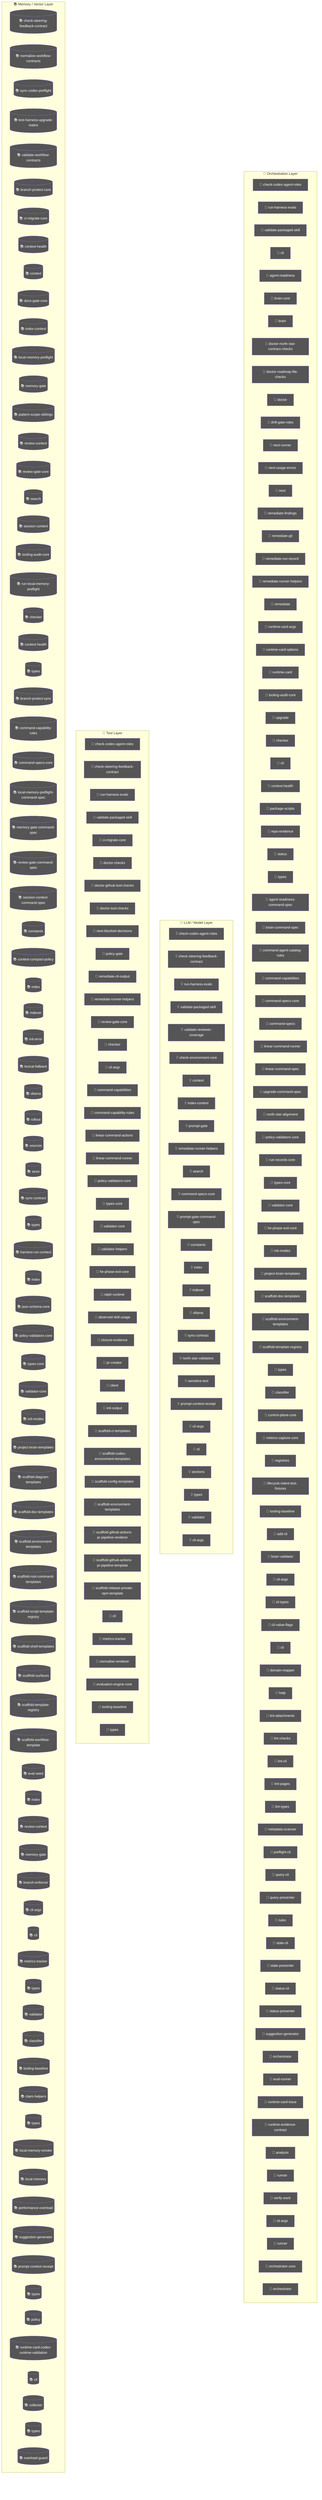
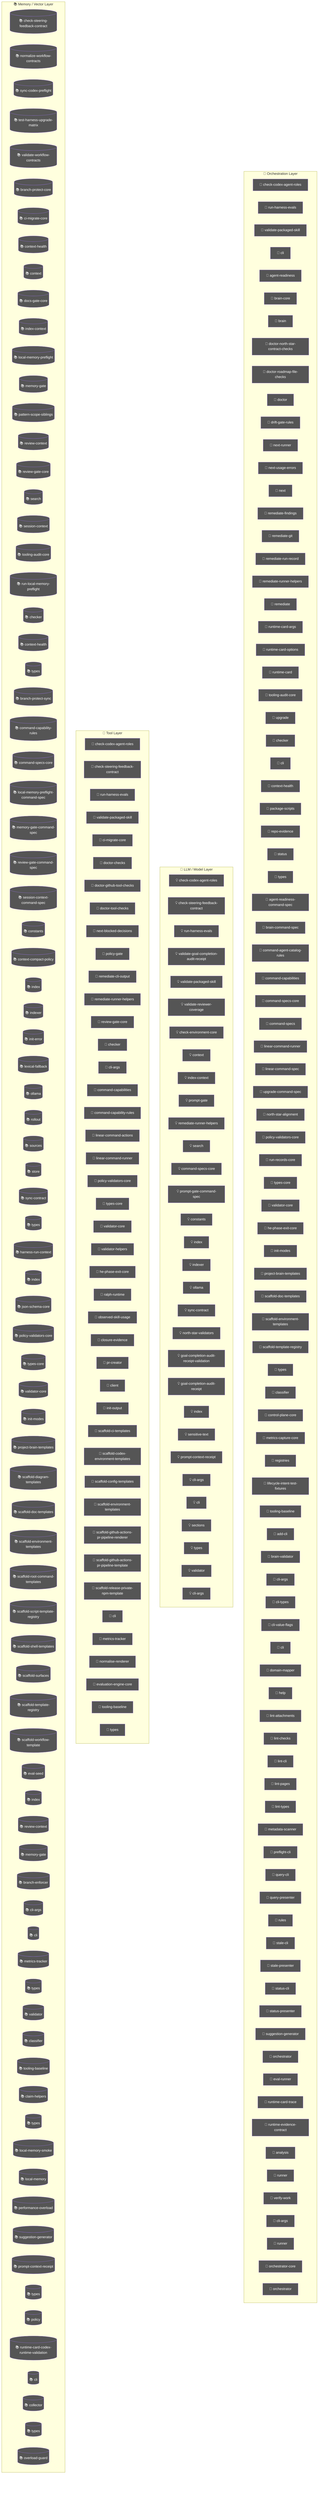
flowchart TD
  subgraph Orchestration["🎯 Orchestration Layer"]
    node_agent_mmd_orchestration_layer_orchestration_chec_7a9f0b64["🤖 check-codex-agent-roles"]
    node_agent_mmd_orchestration_layer_orchestration_run__18817957["🤖 run-harness-evals"]
    node_agent_mmd_orchestration_layer_orchestration_vali_c01b04be["🤖 validate-packaged-skill"]
    cli_99bb8840["🤖 cli"]
    agent_readiness_c82c68e6["🤖 agent-readiness"]
    brain_core_aa07c380["🤖 brain-core"]
    brain_bbbf7a64["🤖 brain"]
    doctor_north_star_contract_checks_0048124c["🤖 doctor-north-star-contract-checks"]
    doctor_roadmap_file_checks_14447b8e["🤖 doctor-roadmap-file-checks"]
    doctor_72f4be89["🤖 doctor"]
    drift_gate_rules_9685e72d["🤖 drift-gate-rules"]
    next_runner_41643472["🤖 next-runner"]
    next_usage_errors_837a345a["🤖 next-usage-errors"]
    next_c6c1c9a9["🤖 next"]
    remediate_findings_8b09c8c6["🤖 remediate-findings"]
    remediate_git_58c6f6f4["🤖 remediate-git"]
    remediate_run_record_9dfe5dc1["🤖 remediate-run-record"]
    node_agent_mmd_orchestration_layer_orchestration_reme_359fe98f["🤖 remediate-runner-helpers"]
    remediate_06b9c7fc["🤖 remediate"]
    runtime_card_args_2b3d4b28["🤖 runtime-card-args"]
    runtime_card_options_c9156ad5["🤖 runtime-card-options"]
    runtime_card_e06b53e1["🤖 runtime-card"]
    node_agent_mmd_orchestration_layer_orchestration_tool_acfe0c01["🤖 tooling-audit-core"]
    upgrade_7fef9479["🤖 upgrade"]
    node_agent_mmd_orchestration_layer_orchestration_chec_0550c395["🤖 checker"]
    cli_1_084e05fe["🤖 cli"]
    node_agent_mmd_orchestration_layer_orchestration_cont_61b3b9c9["🤖 context-health"]
    package_scripts_3ee6150f["🤖 package-scripts"]
    repo_evidence_38bb1de5["🤖 repo-evidence"]
    status_073c1634["🤖 status"]
    node_agent_mmd_orchestration_layer_orchestration_type_4f906dcc["🤖 types"]
    agent_readiness_command_spec_a30c2c1e["🤖 agent-readiness-command-spec"]
    brain_command_spec_15b122d5["🤖 brain-command-spec"]
    command_agent_catalog_rules_8e06b2af["🤖 command-agent-catalog-rules"]
    node_agent_mmd_orchestration_layer_orchestration_comm_6e41a7f7["🤖 command-capabilities"]
    node_agent_mmd_orchestration_layer_orchestration_comm_1f8cc24c["🤖 command-specs-core"]
    command_specs_69167c63["🤖 command-specs"]
    node_agent_mmd_orchestration_layer_orchestration_line_b67affd5["🤖 linear-command-runner"]
    linear_command_spec_1e12dd44["🤖 linear-command-spec"]
    upgrade_command_spec_03f6c7bd["🤖 upgrade-command-spec"]
    north_star_alignment_00440188["🤖 north-star-alignment"]
    node_agent_mmd_orchestration_layer_orchestration_poli_3270b55d["🤖 policy-validators-core"]
    run_records_core_89286dfa["🤖 run-records-core"]
    node_agent_mmd_orchestration_layer_orchestration_type_7cf81261["🤖 types-core"]
    node_agent_mmd_orchestration_layer_orchestration_vali_d9fe99e6["🤖 validator-core"]
    node_agent_mmd_orchestration_layer_orchestration_he_p_fc778c24["🤖 he-phase-exit-core"]
    node_agent_mmd_orchestration_layer_orchestration_init_2a9c3ecb["🤖 init-modes"]
    node_agent_mmd_orchestration_layer_orchestration_proj_6ab6f60f["🤖 project-brain-templates"]
    node_agent_mmd_orchestration_layer_orchestration_scaf_12cc07db["🤖 scaffold-doc-templates"]
    node_agent_mmd_orchestration_layer_orchestration_scaf_c9a90c2f["🤖 scaffold-environment-templates"]
    node_agent_mmd_orchestration_layer_orchestration_scaf_ff8f92f6["🤖 scaffold-template-registry"]
    types_13_d025517b["🤖 types"]
    node_agent_mmd_orchestration_layer_orchestration_clas_899b821a["🤖 classifier"]
    control_plane_core_db3b4cb2["🤖 control-plane-core"]
    metrics_capture_core_db4bf7cf["🤖 metrics-capture-core"]
    registries_06402afa["🤖 registries"]
    lifecycle_intent_test_fixtures_a53c7ada["🤖 lifecycle-intent-test-fixtures"]
    node_agent_mmd_orchestration_layer_orchestration_tool_cc43149f["🤖 tooling-baseline"]
    add_cli_7614de25["🤖 add-cli"]
    brain_validator_be251832["🤖 brain-validator"]
    cli_args_8_d546936e["🤖 cli-args"]
    cli_types_1686e858["🤖 cli-types"]
    cli_value_flags_732a8e43["🤖 cli-value-flags"]
    cli_9_b54c1407["🤖 cli"]
    domain_mapper_cd9333d2["🤖 domain-mapper"]
    help_106a5842["🤖 help"]
    lint_attachments_873c0632["🤖 lint-attachments"]
    lint_checks_83522b19["🤖 lint-checks"]
    lint_cli_9ec62ec0["🤖 lint-cli"]
    lint_pages_e33301d0["🤖 lint-pages"]
    lint_types_2862c255["🤖 lint-types"]
    metadata_scanner_6a101b66["🤖 metadata-scanner"]
    preflight_cli_5d148379["🤖 preflight-cli"]
    query_cli_b95be64d["🤖 query-cli"]
    query_presenter_02e6077c["🤖 query-presenter"]
    rules_6c621d1a["🤖 rules"]
    stale_cli_64548720["🤖 stale-cli"]
    stale_presenter_1de4e3a2["🤖 stale-presenter"]
    status_cli_4c24a0d6["🤖 status-cli"]
    status_presenter_8de686c1["🤖 status-presenter"]
    node_agent_mmd_orchestration_layer_orchestration_sugg_85c5ebe3["🤖 suggestion-generator"]
    orchestrator_11376b7e["🤖 orchestrator"]
    eval_runner_0966a6b3["🤖 eval-runner"]
    runtime_card_trace_64a5ca95["🤖 runtime-card-trace"]
    runtime_evidence_contract_0f7b15b2["🤖 runtime-evidence-contract"]
    analysis_f44e85c4["🤖 analysis"]
    runner_527aa9f4["🤖 runner"]
    verify_work_1_cd8e7ec3["🤖 verify-work"]
    cli_args_14_3481043e["🤖 cli-args"]
    runner_1_6f281bf8["🤖 runner"]
    orchestrator_core_d0678b53["🤖 orchestrator-core"]
    orchestrator_1_6b7137c5["🤖 orchestrator"]
  end
  subgraph LLMLayer["🧠 LLM / Model Layer"]
    node_agent_mmd_llm_model_layer_llmlayer_check_codex_a_29e7b7fa["💡 check-codex-agent-roles"]
    node_agent_mmd_llm_model_layer_llmlayer_check_steerin_a7dbbd2f["💡 check-steering-feedback-contract"]
    node_agent_mmd_llm_model_layer_llmlayer_run_harness_e_603fcfdc["💡 run-harness-evals"]
+     validate_goal_completion_audit_receipt_100d252c["💡 validate-goal-completion-audit-receipt"]
    node_agent_mmd_llm_model_layer_llmlayer_validate_pack_2a12e1f4["💡 validate-packaged-skill"]
    validate_reviewer_coverage_251efee3["💡 validate-reviewer-coverage"]
    check_environment_core_2c16213f["💡 check-environment-core"]
    node_agent_mmd_llm_model_layer_llmlayer_context_conte_ad2dfbd9["💡 context"]
    node_agent_mmd_llm_model_layer_llmlayer_index_context_1041bd11["💡 index-context"]
    prompt_gate_c5e9d207["💡 prompt-gate"]
    node_agent_mmd_llm_model_layer_llmlayer_remediate_run_9e3d4585["💡 remediate-runner-helpers"]
    node_agent_mmd_llm_model_layer_llmlayer_search_search_66b9a911["💡 search"]
    node_agent_mmd_llm_model_layer_llmlayer_command_specs_782af9fa["💡 command-specs-core"]
    prompt_gate_command_spec_9a941482["💡 prompt-gate-command-spec"]
    node_agent_mmd_llm_model_layer_llmlayer_constants_con_c9bd3f6c["💡 constants"]
    node_agent_mmd_llm_model_layer_llmlayer_index_index_1_02e160ff["💡 index"]
    node_agent_mmd_llm_model_layer_llmlayer_indexer_index_4f4deef5["💡 indexer"]
    node_agent_mmd_llm_model_layer_llmlayer_ollama_ollama_968b23fa["💡 ollama"]
    node_agent_mmd_llm_model_layer_llmlayer_sync_contract_9f3cc8c1["💡 sync-contract"]
    north_star_validators_cfc926ce["💡 north-star-validators"]
+     goal_completion_audit_receipt_validation_9d0f4891["💡 goal-completion-audit-receipt-validation"]
+     goal_completion_audit_receipt_5e4939c3["💡 goal-completion-audit-receipt"]
+     index_2_10143590["💡 index"]
    sensitive_text_7c11f760["💡 sensitive-text"]
    node_agent_mmd_llm_model_layer_llmlayer_index_index_1_02e160ff["💡 index"]
    node_agent_mmd_llm_model_layer_llmlayer_prompt_contex_6426acc2["💡 prompt-context-receipt"]
    cli_args_9_9c136878["💡 cli-args"]
    cli_10_35dc8cbd["💡 cli"]
    sections_4697ef32["💡 sections"]
    types_23_4352ee2e["💡 types"]
    validator_6_3688adbf["💡 validator"]
    cli_args_10_861cdd3f["💡 cli-args"]
  end
  subgraph ToolLayer["🔧 Tool Layer"]
    node_agent_mmd_tool_layer_toollayer_check_codex_agent_4b361d5a["🔧 check-codex-agent-roles"]
    node_agent_mmd_tool_layer_toollayer_check_steering_fe_84ed22c2["🔧 check-steering-feedback-contract"]
    node_agent_mmd_tool_layer_toollayer_run_harness_evals_e2ee24f1["🔧 run-harness-evals"]
    node_agent_mmd_tool_layer_toollayer_validate_packaged_2855c827["🔧 validate-packaged-skill"]
    node_agent_mmd_tool_layer_toollayer_ci_migrate_core_c_049f8460["🔧 ci-migrate-core"]
    doctor_checks_5a2eb2b9["🔧 doctor-checks"]
    doctor_github_tool_checks_a53b0382["🔧 doctor-github-tool-checks"]
    doctor_tool_checks_4acac51a["🔧 doctor-tool-checks"]
    next_blocked_decisions_4140ad2b["🔧 next-blocked-decisions"]
    policy_gate_213f7313["🔧 policy-gate"]
    remediate_cli_output_cc165396["🔧 remediate-cli-output"]
    node_agent_mmd_tool_layer_toollayer_remediate_runner__c003b871["🔧 remediate-runner-helpers"]
    node_agent_mmd_tool_layer_toollayer_review_gate_core__7704598b["🔧 review-gate-core"]
    node_agent_mmd_tool_layer_toollayer_checker_checker_2_453d593b["🔧 checker"]
    cli_args_1_6144b055["🔧 cli-args"]
    node_agent_mmd_tool_layer_toollayer_command_capabilit_7fe13db1["🔧 command-capabilities"]
    node_agent_mmd_tool_layer_toollayer_command_capabilit_e97a4615["🔧 command-capability-rules"]
    linear_command_actions_e430f4f4["🔧 linear-command-actions"]
    node_agent_mmd_tool_layer_toollayer_linear_command_ru_d6763748["🔧 linear-command-runner"]
    node_agent_mmd_tool_layer_toollayer_policy_validators_af136abf["🔧 policy-validators-core"]
    node_agent_mmd_tool_layer_toollayer_types_core_types__6c8319b6["🔧 types-core"]
    node_agent_mmd_tool_layer_toollayer_validator_core_va_6ef6131f["🔧 validator-core"]
    validator_helpers_7b927667["🔧 validator-helpers"]
    node_agent_mmd_tool_layer_toollayer_he_phase_exit_cor_af016160["🔧 he-phase-exit-core"]
    ralph_runtime_73d63c0e["🔧 ralph-runtime"]
    observed_skill_usage_ed7d5930["🔧 observed-skill-usage"]
    closure_evidence_aaa31467["🔧 closure-evidence"]
    pr_creator_dc6b1ea4["🔧 pr-creator"]
    client_948fe603["🔧 client"]
    init_output_360dce91["🔧 init-output"]
    scaffold_ci_templates_2afd6392["🔧 scaffold-ci-templates"]
    scaffold_codex_environment_templates_334fbbed["🔧 scaffold-codex-environment-templates"]
    scaffold_config_templates_4b80ce53["🔧 scaffold-config-templates"]
    node_agent_mmd_tool_layer_toollayer_scaffold_environm_c1afc013["🔧 scaffold-environment-templates"]
    scaffold_github_actions_pr_pipeline_renderer_1ee18de5["🔧 scaffold-github-actions-pr-pipeline-renderer"]
    scaffold_github_actions_pr_pipeline_template_e2b85f62["🔧 scaffold-github-actions-pr-pipeline-template"]
    scaffold_release_private_npm_template_075499f8["🔧 scaffold-release-private-npm-template"]
    node_agent_mmd_tool_layer_toollayer_cli_cli_2_1_32d9eeaf["🔧 cli"]
    node_agent_mmd_tool_layer_toollayer_metrics_tracker_m_4c9237d8["🔧 metrics-tracker"]
    normalise_renderer_85f2e563["🔧 normalise-renderer"]
    evaluation_engine_core_e054fe49["🔧 evaluation-engine-core"]
    node_agent_mmd_tool_layer_toollayer_tooling_baseline__61e66e9f["🔧 tooling-baseline"]
    types_32_bfe791ff["🔧 types"]
  end
  subgraph MemoryLayer["📚 Memory / Vector Layer"]
    node_agent_mmd_memory_vector_layer_memorylayer_check__d71f8993[("📚 check-steering-feedback-contract")]
    normalize_workflow_contracts_8701f1c8[("📚 normalize-workflow-contracts")]
    sync_codex_preflight_7e7a8dc2[("📚 sync-codex-preflight")]
    test_harness_upgrade_matrix_84113c4e[("📚 test-harness-upgrade-matrix")]
    validate_workflow_contracts_33dc063c[("📚 validate-workflow-contracts")]
    branch_protect_core_a8feb0fd[("📚 branch-protect-core")]
    node_agent_mmd_memory_vector_layer_memorylayer_ci_mig_0cd5b1a4[("📚 ci-migrate-core")]
    context_health_80bb7da9[("📚 context-health")]
    node_agent_mmd_memory_vector_layer_memorylayer_contex_78ceaaa9[("📚 context")]
    docs_gate_core_eb9b6c18[("📚 docs-gate-core")]
    node_agent_mmd_memory_vector_layer_memorylayer_index__6f3402d0[("📚 index-context")]
    local_memory_preflight_dcc36c42[("📚 local-memory-preflight")]
    memory_gate_a577a506[("📚 memory-gate")]
    pattern_scope_siblings_43abe000[("📚 pattern-scope-siblings")]
    review_context_ca6cf81d[("📚 review-context")]
    node_agent_mmd_memory_vector_layer_memorylayer_review_5bee9816[("📚 review-gate-core")]
    node_agent_mmd_memory_vector_layer_memorylayer_search_ac35cb7e[("📚 search")]
    session_context_e5ec72c0[("📚 session-context")]
    node_agent_mmd_memory_vector_layer_memorylayer_toolin_a1185b8f[("📚 tooling-audit-core")]
    run_local_memory_preflight_36e92808[("📚 run-local-memory-preflight")]
    node_agent_mmd_memory_vector_layer_memorylayer_checke_a583eb4f[("📚 checker")]
    node_agent_mmd_memory_vector_layer_memorylayer_contex_fe0865d6[("📚 context-health")]
    node_agent_mmd_memory_vector_layer_memorylayer_types__9ad640a0[("📚 types")]
    branch_protect_sync_570adb18[("📚 branch-protect-sync")]
    node_agent_mmd_memory_vector_layer_memorylayer_comman_c72a5d05[("📚 command-capability-rules")]
    node_agent_mmd_memory_vector_layer_memorylayer_comman_111eb454[("📚 command-specs-core")]
    local_memory_preflight_command_spec_9e23f3ce[("📚 local-memory-preflight-command-spec")]
    memory_gate_command_spec_dc9001a9[("📚 memory-gate-command-spec")]
    review_gate_command_spec_3187376a[("📚 review-gate-command-spec")]
    session_context_command_spec_973afbb1[("📚 session-context-command-spec")]
    node_agent_mmd_memory_vector_layer_memorylayer_consta_702d3f46[("📚 constants")]
    context_compact_policy_3dcaf95d[("📚 context-compact-policy")]
    node_agent_mmd_memory_vector_layer_memorylayer_index__752bc61e[("📚 index")]
    node_agent_mmd_memory_vector_layer_memorylayer_indexe_93e6d86f[("📚 indexer")]
    init_error_5c7dd49f[("📚 init-error")]
    lexical_fallback_723e2b3e[("📚 lexical-fallback")]
    node_agent_mmd_memory_vector_layer_memorylayer_ollama_6d51be16[("📚 ollama")]
    rollout_a4fa034c[("📚 rollout")]
    sources_878a52fc[("📚 sources")]
    store_824d80d7[("📚 store")]
    node_agent_mmd_memory_vector_layer_memorylayer_sync_c_e43418bc[("📚 sync-contract")]
    types_5_f869ec4b[("📚 types")]
    harness_run_context_ac7c77a9[("📚 harness-run-context")]
    index_1_faebc14e[("📚 index")]
    json_schema_core_96d7e328[("📚 json-schema-core")]
    node_agent_mmd_memory_vector_layer_memorylayer_policy_1944de42[("📚 policy-validators-core")]
    node_agent_mmd_memory_vector_layer_memorylayer_types__83f369fa[("📚 types-core")]
    node_agent_mmd_memory_vector_layer_memorylayer_valida_41034356[("📚 validator-core")]
    node_agent_mmd_memory_vector_layer_memorylayer_init_m_333d02c5[("📚 init-modes")]
    node_agent_mmd_memory_vector_layer_memorylayer_projec_3ae304d9[("📚 project-brain-templates")]
    scaffold_diagram_templates_dd88e83c[("📚 scaffold-diagram-templates")]
    node_agent_mmd_memory_vector_layer_memorylayer_scaffo_5fd73b94[("📚 scaffold-doc-templates")]
    node_agent_mmd_memory_vector_layer_memorylayer_scaffo_12b42341[("📚 scaffold-environment-templates")]
    scaffold_root_command_templates_404fed7f[("📚 scaffold-root-command-templates")]
    scaffold_script_template_registry_69312d4e[("📚 scaffold-script-template-registry")]
    scaffold_shell_templates_0ad0f915[("📚 scaffold-shell-templates")]
    scaffold_surfaces_12d6494e[("📚 scaffold-surfaces")]
    node_agent_mmd_memory_vector_layer_memorylayer_scaffo_a86eece1[("📚 scaffold-template-registry")]
    scaffold_workflow_template_92310587[("📚 scaffold-workflow-template")]
    eval_seed_5699fd3e[("📚 eval-seed")]
    index_6_fc9e91e2[("📚 index")]
    review_context_1_e3afed15[("📚 review-context")]
    memory_gate_1_265164ac[("📚 memory-gate")]
    branch_enforcer_acb749cd[("📚 branch-enforcer")]
    cli_args_5_09ea29f0[("📚 cli-args")]
    node_agent_mmd_memory_vector_layer_memorylayer_cli_cl_1f1f89ab[("📚 cli")]
    node_agent_mmd_memory_vector_layer_memorylayer_metric_12562178[("📚 metrics-tracker")]
    types_15_86775c96[("📚 types")]
    validator_4_5180cf23[("📚 validator")]
    node_agent_mmd_memory_vector_layer_memorylayer_classi_1ebbf5ff[("📚 classifier")]
    node_agent_mmd_memory_vector_layer_memorylayer_toolin_14f86b00[("📚 tooling-baseline")]
    claim_helpers_20dc8387[("📚 claim-helpers")]
    types_20_071a0112[("📚 types")]
    local_memory_smoke_1175abfc[("📚 local-memory-smoke")]
    local_memory_0db17ecc[("📚 local-memory")]
    performance_overload_c685bfcf[("📚 performance-overload")]
    node_agent_mmd_memory_vector_layer_memorylayer_sugges_267f408d[("📚 suggestion-generator")]
    node_agent_mmd_memory_vector_layer_memorylayer_index__752bc61e[("📚 index")]
    node_agent_mmd_memory_vector_layer_memorylayer_prompt_55c0d605[("📚 prompt-context-receipt")]
    types_27_4d134744[("📚 types")]
    policy_1_fc4198db[("📚 policy")]
    runtime_card_codex_runtime_validation_d8ce9934[("📚 runtime-card-codex-runtime-validation")]
    cli_11_338a8415[("📚 cli")]
    collector_0736fd5b[("📚 collector")]
    types_30_424b976c[("📚 types")]
    overload_guard_2748c559[("📚 overload-guard")]
  end
  classDef agentNode fill:#555,color:#fff
  class node_agent_mmd_orchestration_layer_orchestration_chec_7a9f0b64,node_agent_mmd_llm_model_layer_llmlayer_check_codex_a_29e7b7fa,node_agent_mmd_tool_layer_toollayer_check_codex_agent_4b361d5a,node_agent_mmd_orchestration_layer_orchestration_run__18817957,node_agent_mmd_llm_model_layer_llmlayer_run_harness_e_603fcfdc,node_agent_mmd_tool_layer_toollayer_run_harness_evals_e2ee24f1,node_agent_mmd_orchestration_layer_orchestration_vali_c01b04be,node_agent_mmd_llm_model_layer_llmlayer_validate_pack_2a12e1f4,node_agent_mmd_tool_layer_toollayer_validate_packaged_2855c827,cli_99bb8840,agent_readiness_c82c68e6,brain_core_aa07c380,brain_bbbf7a64,doctor_north_star_contract_checks_0048124c,doctor_roadmap_file_checks_14447b8e,doctor_72f4be89,drift_gate_rules_9685e72d,next_runner_41643472,next_usage_errors_837a345a,next_c6c1c9a9,remediate_findings_8b09c8c6,remediate_git_58c6f6f4,remediate_run_record_9dfe5dc1,node_agent_mmd_orchestration_layer_orchestration_reme_359fe98f,node_agent_mmd_llm_model_layer_llmlayer_remediate_run_9e3d4585,node_agent_mmd_tool_layer_toollayer_remediate_runner__c003b871,remediate_06b9c7fc,runtime_card_args_2b3d4b28,runtime_card_options_c9156ad5,runtime_card_e06b53e1,node_agent_mmd_orchestration_layer_orchestration_tool_acfe0c01,node_agent_mmd_memory_vector_layer_memorylayer_toolin_a1185b8f,upgrade_7fef9479,node_agent_mmd_orchestration_layer_orchestration_chec_0550c395,node_agent_mmd_tool_layer_toollayer_checker_checker_2_453d593b,node_agent_mmd_memory_vector_layer_memorylayer_checke_a583eb4f,cli_1_084e05fe,node_agent_mmd_orchestration_layer_orchestration_cont_61b3b9c9,node_agent_mmd_memory_vector_layer_memorylayer_contex_fe0865d6,package_scripts_3ee6150f,repo_evidence_38bb1de5,status_073c1634,node_agent_mmd_orchestration_layer_orchestration_type_4f906dcc,node_agent_mmd_memory_vector_layer_memorylayer_types__9ad640a0,agent_readiness_command_spec_a30c2c1e,brain_command_spec_15b122d5,command_agent_catalog_rules_8e06b2af,node_agent_mmd_orchestration_layer_orchestration_comm_6e41a7f7,node_agent_mmd_tool_layer_toollayer_command_capabilit_7fe13db1,node_agent_mmd_orchestration_layer_orchestration_comm_1f8cc24c,node_agent_mmd_llm_model_layer_llmlayer_command_specs_782af9fa,node_agent_mmd_memory_vector_layer_memorylayer_comman_111eb454,command_specs_69167c63,node_agent_mmd_orchestration_layer_orchestration_line_b67affd5,node_agent_mmd_tool_layer_toollayer_linear_command_ru_d6763748,linear_command_spec_1e12dd44,upgrade_command_spec_03f6c7bd,north_star_alignment_00440188,node_agent_mmd_orchestration_layer_orchestration_poli_3270b55d,node_agent_mmd_tool_layer_toollayer_policy_validators_af136abf,node_agent_mmd_memory_vector_layer_memorylayer_policy_1944de42,run_records_core_89286dfa,node_agent_mmd_orchestration_layer_orchestration_type_7cf81261,node_agent_mmd_tool_layer_toollayer_types_core_types__6c8319b6,node_agent_mmd_memory_vector_layer_memorylayer_types__83f369fa,node_agent_mmd_orchestration_layer_orchestration_vali_d9fe99e6,node_agent_mmd_tool_layer_toollayer_validator_core_va_6ef6131f,node_agent_mmd_memory_vector_layer_memorylayer_valida_41034356,node_agent_mmd_orchestration_layer_orchestration_he_p_fc778c24,node_agent_mmd_tool_layer_toollayer_he_phase_exit_cor_af016160,node_agent_mmd_orchestration_layer_orchestration_init_2a9c3ecb,node_agent_mmd_memory_vector_layer_memorylayer_init_m_333d02c5,node_agent_mmd_orchestration_layer_orchestration_proj_6ab6f60f,node_agent_mmd_memory_vector_layer_memorylayer_projec_3ae304d9,node_agent_mmd_orchestration_layer_orchestration_scaf_12cc07db,node_agent_mmd_memory_vector_layer_memorylayer_scaffo_5fd73b94,node_agent_mmd_orchestration_layer_orchestration_scaf_c9a90c2f,node_agent_mmd_tool_layer_toollayer_scaffold_environm_c1afc013,node_agent_mmd_memory_vector_layer_memorylayer_scaffo_12b42341,node_agent_mmd_orchestration_layer_orchestration_scaf_ff8f92f6,node_agent_mmd_memory_vector_layer_memorylayer_scaffo_a86eece1,types_13_d025517b,node_agent_mmd_orchestration_layer_orchestration_clas_899b821a,node_agent_mmd_memory_vector_layer_memorylayer_classi_1ebbf5ff,control_plane_core_db3b4cb2,metrics_capture_core_db4bf7cf,registries_06402afa,lifecycle_intent_test_fixtures_a53c7ada,node_agent_mmd_orchestration_layer_orchestration_tool_cc43149f,node_agent_mmd_tool_layer_toollayer_tooling_baseline__61e66e9f,node_agent_mmd_memory_vector_layer_memorylayer_toolin_14f86b00,add_cli_7614de25,brain_validator_be251832,cli_args_8_d546936e,cli_types_1686e858,cli_value_flags_732a8e43,cli_9_b54c1407,domain_mapper_cd9333d2,help_106a5842,lint_attachments_873c0632,lint_checks_83522b19,lint_cli_9ec62ec0,lint_pages_e33301d0,lint_types_2862c255,metadata_scanner_6a101b66,preflight_cli_5d148379,query_cli_b95be64d,query_presenter_02e6077c,rules_6c621d1a,stale_cli_64548720,stale_presenter_1de4e3a2,status_cli_4c24a0d6,status_presenter_8de686c1,node_agent_mmd_orchestration_layer_orchestration_sugg_85c5ebe3,node_agent_mmd_memory_vector_layer_memorylayer_sugges_267f408d,orchestrator_11376b7e,eval_runner_0966a6b3,runtime_card_trace_64a5ca95,runtime_evidence_contract_0f7b15b2,analysis_f44e85c4,runner_527aa9f4,verify_work_1_cd8e7ec3,cli_args_14_3481043e,runner_1_6f281bf8,orchestrator_core_d0678b53,orchestrator_1_6b7137c5 agentNode
  classDef llmNode fill:#555,color:#fff
-   class node_agent_mmd_orchestration_layer_orchestration_chec_7a9f0b64,node_agent_mmd_llm_model_layer_llmlayer_check_codex_a_29e7b7fa,node_agent_mmd_tool_layer_toollayer_check_codex_agent_4b361d5a,node_agent_mmd_llm_model_layer_llmlayer_check_steerin_a7dbbd2f,node_agent_mmd_tool_layer_toollayer_check_steering_fe_84ed22c2,node_agent_mmd_memory_vector_layer_memorylayer_check__d71f8993,node_agent_mmd_orchestration_layer_orchestration_run__18817957,node_agent_mmd_llm_model_layer_llmlayer_run_harness_e_603fcfdc,node_agent_mmd_tool_layer_toollayer_run_harness_evals_e2ee24f1,node_agent_mmd_orchestration_layer_orchestration_vali_c01b04be,node_agent_mmd_llm_model_layer_llmlayer_validate_pack_2a12e1f4,node_agent_mmd_tool_layer_toollayer_validate_packaged_2855c827,validate_reviewer_coverage_251efee3,check_environment_core_2c16213f,node_agent_mmd_llm_model_layer_llmlayer_context_conte_ad2dfbd9,node_agent_mmd_memory_vector_layer_memorylayer_contex_78ceaaa9,node_agent_mmd_llm_model_layer_llmlayer_index_context_1041bd11,node_agent_mmd_memory_vector_layer_memorylayer_index__6f3402d0,prompt_gate_c5e9d207,node_agent_mmd_orchestration_layer_orchestration_reme_359fe98f,node_agent_mmd_llm_model_layer_llmlayer_remediate_run_9e3d4585,node_agent_mmd_tool_layer_toollayer_remediate_runner__c003b871,node_agent_mmd_llm_model_layer_llmlayer_search_search_66b9a911,node_agent_mmd_memory_vector_layer_memorylayer_search_ac35cb7e,node_agent_mmd_orchestration_layer_orchestration_comm_1f8cc24c,node_agent_mmd_llm_model_layer_llmlayer_command_specs_782af9fa,node_agent_mmd_memory_vector_layer_memorylayer_comman_111eb454,prompt_gate_command_spec_9a941482,node_agent_mmd_llm_model_layer_llmlayer_constants_con_c9bd3f6c,node_agent_mmd_memory_vector_layer_memorylayer_consta_702d3f46,node_agent_mmd_llm_model_layer_llmlayer_index_index_1_02e160ff,node_agent_mmd_memory_vector_layer_memorylayer_index__752bc61e,node_agent_mmd_llm_model_layer_llmlayer_indexer_index_4f4deef5,node_agent_mmd_memory_vector_layer_memorylayer_indexe_93e6d86f,node_agent_mmd_llm_model_layer_llmlayer_ollama_ollama_968b23fa,node_agent_mmd_memory_vector_layer_memorylayer_ollama_6d51be16,node_agent_mmd_llm_model_layer_llmlayer_sync_contract_9f3cc8c1,node_agent_mmd_memory_vector_layer_memorylayer_sync_c_e43418bc,north_star_validators_cfc926ce,sensitive_text_7c11f760,node_agent_mmd_llm_model_layer_llmlayer_prompt_contex_6426acc2,node_agent_mmd_memory_vector_layer_memorylayer_prompt_55c0d605,cli_args_9_9c136878,cli_10_35dc8cbd,sections_4697ef32,types_23_4352ee2e,validator_6_3688adbf,cli_args_10_861cdd3f llmNode
+   class node_agent_mmd_orchestration_layer_orchestration_chec_7a9f0b64,node_agent_mmd_llm_model_layer_llmlayer_check_codex_a_29e7b7fa,node_agent_mmd_tool_layer_toollayer_check_codex_agent_4b361d5a,node_agent_mmd_llm_model_layer_llmlayer_check_steerin_a7dbbd2f,node_agent_mmd_tool_layer_toollayer_check_steering_fe_84ed22c2,node_agent_mmd_memory_vector_layer_memorylayer_check__d71f8993,node_agent_mmd_orchestration_layer_orchestration_run__18817957,node_agent_mmd_llm_model_layer_llmlayer_run_harness_e_603fcfdc,node_agent_mmd_tool_layer_toollayer_run_harness_evals_e2ee24f1,validate_goal_completion_audit_receipt_100d252c,node_agent_mmd_orchestration_layer_orchestration_vali_c01b04be,node_agent_mmd_llm_model_layer_llmlayer_validate_pack_2a12e1f4,node_agent_mmd_tool_layer_toollayer_validate_packaged_2855c827,validate_reviewer_coverage_251efee3,check_environment_core_2c16213f,node_agent_mmd_llm_model_layer_llmlayer_context_conte_ad2dfbd9,node_agent_mmd_memory_vector_layer_memorylayer_contex_78ceaaa9,node_agent_mmd_llm_model_layer_llmlayer_index_context_1041bd11,node_agent_mmd_memory_vector_layer_memorylayer_index__6f3402d0,prompt_gate_c5e9d207,node_agent_mmd_orchestration_layer_orchestration_reme_359fe98f,node_agent_mmd_llm_model_layer_llmlayer_remediate_run_9e3d4585,node_agent_mmd_tool_layer_toollayer_remediate_runner__c003b871,node_agent_mmd_llm_model_layer_llmlayer_search_search_66b9a911,node_agent_mmd_memory_vector_layer_memorylayer_search_ac35cb7e,node_agent_mmd_orchestration_layer_orchestration_comm_1f8cc24c,node_agent_mmd_llm_model_layer_llmlayer_command_specs_782af9fa,node_agent_mmd_memory_vector_layer_memorylayer_comman_111eb454,prompt_gate_command_spec_9a941482,node_agent_mmd_llm_model_layer_llmlayer_constants_con_c9bd3f6c,node_agent_mmd_memory_vector_layer_memorylayer_consta_702d3f46,node_agent_mmd_llm_model_layer_llmlayer_index_index_1_02e160ff,node_agent_mmd_memory_vector_layer_memorylayer_index__752bc61e,node_agent_mmd_llm_model_layer_llmlayer_indexer_index_4f4deef5,node_agent_mmd_memory_vector_layer_memorylayer_indexe_93e6d86f,node_agent_mmd_llm_model_layer_llmlayer_ollama_ollama_968b23fa,node_agent_mmd_memory_vector_layer_memorylayer_ollama_6d51be16,node_agent_mmd_llm_model_layer_llmlayer_sync_contract_9f3cc8c1,node_agent_mmd_memory_vector_layer_memorylayer_sync_c_e43418bc,north_star_validators_cfc926ce,goal_completion_audit_receipt_validation_9d0f4891,goal_completion_audit_receipt_5e4939c3,index_2_10143590,sensitive_text_7c11f760,node_agent_mmd_llm_model_layer_llmlayer_prompt_contex_6426acc2,node_agent_mmd_memory_vector_layer_memorylayer_prompt_55c0d605,cli_args_9_9c136878,cli_10_35dc8cbd,sections_4697ef32,types_23_4352ee2e,validator_6_3688adbf,cli_args_10_861cdd3f llmNode
  classDef toolNode fill:#555,color:#fff
  class node_agent_mmd_orchestration_layer_orchestration_chec_7a9f0b64,node_agent_mmd_llm_model_layer_llmlayer_check_codex_a_29e7b7fa,node_agent_mmd_tool_layer_toollayer_check_codex_agent_4b361d5a,node_agent_mmd_llm_model_layer_llmlayer_check_steerin_a7dbbd2f,node_agent_mmd_tool_layer_toollayer_check_steering_fe_84ed22c2,node_agent_mmd_memory_vector_layer_memorylayer_check__d71f8993,node_agent_mmd_orchestration_layer_orchestration_run__18817957,node_agent_mmd_llm_model_layer_llmlayer_run_harness_e_603fcfdc,node_agent_mmd_tool_layer_toollayer_run_harness_evals_e2ee24f1,node_agent_mmd_orchestration_layer_orchestration_vali_c01b04be,node_agent_mmd_llm_model_layer_llmlayer_validate_pack_2a12e1f4,node_agent_mmd_tool_layer_toollayer_validate_packaged_2855c827,node_agent_mmd_tool_layer_toollayer_ci_migrate_core_c_049f8460,node_agent_mmd_memory_vector_layer_memorylayer_ci_mig_0cd5b1a4,doctor_checks_5a2eb2b9,doctor_github_tool_checks_a53b0382,doctor_tool_checks_4acac51a,next_blocked_decisions_4140ad2b,policy_gate_213f7313,remediate_cli_output_cc165396,node_agent_mmd_orchestration_layer_orchestration_reme_359fe98f,node_agent_mmd_llm_model_layer_llmlayer_remediate_run_9e3d4585,node_agent_mmd_tool_layer_toollayer_remediate_runner__c003b871,node_agent_mmd_tool_layer_toollayer_review_gate_core__7704598b,node_agent_mmd_memory_vector_layer_memorylayer_review_5bee9816,node_agent_mmd_orchestration_layer_orchestration_chec_0550c395,node_agent_mmd_tool_layer_toollayer_checker_checker_2_453d593b,node_agent_mmd_memory_vector_layer_memorylayer_checke_a583eb4f,cli_args_1_6144b055,node_agent_mmd_orchestration_layer_orchestration_comm_6e41a7f7,node_agent_mmd_tool_layer_toollayer_command_capabilit_7fe13db1,node_agent_mmd_tool_layer_toollayer_command_capabilit_e97a4615,node_agent_mmd_memory_vector_layer_memorylayer_comman_c72a5d05,linear_command_actions_e430f4f4,node_agent_mmd_orchestration_layer_orchestration_line_b67affd5,node_agent_mmd_tool_layer_toollayer_linear_command_ru_d6763748,node_agent_mmd_orchestration_layer_orchestration_poli_3270b55d,node_agent_mmd_tool_layer_toollayer_policy_validators_af136abf,node_agent_mmd_memory_vector_layer_memorylayer_policy_1944de42,node_agent_mmd_orchestration_layer_orchestration_type_7cf81261,node_agent_mmd_tool_layer_toollayer_types_core_types__6c8319b6,node_agent_mmd_memory_vector_layer_memorylayer_types__83f369fa,node_agent_mmd_orchestration_layer_orchestration_vali_d9fe99e6,node_agent_mmd_tool_layer_toollayer_validator_core_va_6ef6131f,node_agent_mmd_memory_vector_layer_memorylayer_valida_41034356,validator_helpers_7b927667,node_agent_mmd_orchestration_layer_orchestration_he_p_fc778c24,node_agent_mmd_tool_layer_toollayer_he_phase_exit_cor_af016160,ralph_runtime_73d63c0e,observed_skill_usage_ed7d5930,closure_evidence_aaa31467,pr_creator_dc6b1ea4,client_948fe603,init_output_360dce91,scaffold_ci_templates_2afd6392,scaffold_codex_environment_templates_334fbbed,scaffold_config_templates_4b80ce53,node_agent_mmd_orchestration_layer_orchestration_scaf_c9a90c2f,node_agent_mmd_tool_layer_toollayer_scaffold_environm_c1afc013,node_agent_mmd_memory_vector_layer_memorylayer_scaffo_12b42341,scaffold_github_actions_pr_pipeline_renderer_1ee18de5,scaffold_github_actions_pr_pipeline_template_e2b85f62,scaffold_release_private_npm_template_075499f8,node_agent_mmd_tool_layer_toollayer_cli_cli_2_1_32d9eeaf,node_agent_mmd_memory_vector_layer_memorylayer_cli_cl_1f1f89ab,node_agent_mmd_tool_layer_toollayer_metrics_tracker_m_4c9237d8,node_agent_mmd_memory_vector_layer_memorylayer_metric_12562178,normalise_renderer_85f2e563,evaluation_engine_core_e054fe49,node_agent_mmd_orchestration_layer_orchestration_tool_cc43149f,node_agent_mmd_tool_layer_toollayer_tooling_baseline__61e66e9f,node_agent_mmd_memory_vector_layer_memorylayer_toolin_14f86b00,types_32_bfe791ff toolNode
  classDef memNode fill:#555,color:#fff
  class node_agent_mmd_llm_model_layer_llmlayer_check_steerin_a7dbbd2f,node_agent_mmd_tool_layer_toollayer_check_steering_fe_84ed22c2,node_agent_mmd_memory_vector_layer_memorylayer_check__d71f8993,normalize_workflow_contracts_8701f1c8,sync_codex_preflight_7e7a8dc2,test_harness_upgrade_matrix_84113c4e,validate_workflow_contracts_33dc063c,branch_protect_core_a8feb0fd,node_agent_mmd_tool_layer_toollayer_ci_migrate_core_c_049f8460,node_agent_mmd_memory_vector_layer_memorylayer_ci_mig_0cd5b1a4,context_health_80bb7da9,node_agent_mmd_llm_model_layer_llmlayer_context_conte_ad2dfbd9,node_agent_mmd_memory_vector_layer_memorylayer_contex_78ceaaa9,docs_gate_core_eb9b6c18,node_agent_mmd_llm_model_layer_llmlayer_index_context_1041bd11,node_agent_mmd_memory_vector_layer_memorylayer_index__6f3402d0,local_memory_preflight_dcc36c42,memory_gate_a577a506,pattern_scope_siblings_43abe000,review_context_ca6cf81d,node_agent_mmd_tool_layer_toollayer_review_gate_core__7704598b,node_agent_mmd_memory_vector_layer_memorylayer_review_5bee9816,node_agent_mmd_llm_model_layer_llmlayer_search_search_66b9a911,node_agent_mmd_memory_vector_layer_memorylayer_search_ac35cb7e,session_context_e5ec72c0,node_agent_mmd_orchestration_layer_orchestration_tool_acfe0c01,node_agent_mmd_memory_vector_layer_memorylayer_toolin_a1185b8f,run_local_memory_preflight_36e92808,node_agent_mmd_orchestration_layer_orchestration_chec_0550c395,node_agent_mmd_tool_layer_toollayer_checker_checker_2_453d593b,node_agent_mmd_memory_vector_layer_memorylayer_checke_a583eb4f,node_agent_mmd_orchestration_layer_orchestration_cont_61b3b9c9,node_agent_mmd_memory_vector_layer_memorylayer_contex_fe0865d6,node_agent_mmd_orchestration_layer_orchestration_type_4f906dcc,node_agent_mmd_memory_vector_layer_memorylayer_types__9ad640a0,branch_protect_sync_570adb18,node_agent_mmd_tool_layer_toollayer_command_capabilit_e97a4615,node_agent_mmd_memory_vector_layer_memorylayer_comman_c72a5d05,node_agent_mmd_orchestration_layer_orchestration_comm_1f8cc24c,node_agent_mmd_llm_model_layer_llmlayer_command_specs_782af9fa,node_agent_mmd_memory_vector_layer_memorylayer_comman_111eb454,local_memory_preflight_command_spec_9e23f3ce,memory_gate_command_spec_dc9001a9,review_gate_command_spec_3187376a,session_context_command_spec_973afbb1,node_agent_mmd_llm_model_layer_llmlayer_constants_con_c9bd3f6c,node_agent_mmd_memory_vector_layer_memorylayer_consta_702d3f46,context_compact_policy_3dcaf95d,node_agent_mmd_llm_model_layer_llmlayer_index_index_1_02e160ff,node_agent_mmd_memory_vector_layer_memorylayer_index__752bc61e,node_agent_mmd_llm_model_layer_llmlayer_indexer_index_4f4deef5,node_agent_mmd_memory_vector_layer_memorylayer_indexe_93e6d86f,init_error_5c7dd49f,lexical_fallback_723e2b3e,node_agent_mmd_llm_model_layer_llmlayer_ollama_ollama_968b23fa,node_agent_mmd_memory_vector_layer_memorylayer_ollama_6d51be16,rollout_a4fa034c,sources_878a52fc,store_824d80d7,node_agent_mmd_llm_model_layer_llmlayer_sync_contract_9f3cc8c1,node_agent_mmd_memory_vector_layer_memorylayer_sync_c_e43418bc,types_5_f869ec4b,harness_run_context_ac7c77a9,index_1_faebc14e,json_schema_core_96d7e328,node_agent_mmd_orchestration_layer_orchestration_poli_3270b55d,node_agent_mmd_tool_layer_toollayer_policy_validators_af136abf,node_agent_mmd_memory_vector_layer_memorylayer_policy_1944de42,node_agent_mmd_orchestration_layer_orchestration_type_7cf81261,node_agent_mmd_tool_layer_toollayer_types_core_types__6c8319b6,node_agent_mmd_memory_vector_layer_memorylayer_types__83f369fa,node_agent_mmd_orchestration_layer_orchestration_vali_d9fe99e6,node_agent_mmd_tool_layer_toollayer_validator_core_va_6ef6131f,node_agent_mmd_memory_vector_layer_memorylayer_valida_41034356,node_agent_mmd_orchestration_layer_orchestration_init_2a9c3ecb,node_agent_mmd_memory_vector_layer_memorylayer_init_m_333d02c5,node_agent_mmd_orchestration_layer_orchestration_proj_6ab6f60f,node_agent_mmd_memory_vector_layer_memorylayer_projec_3ae304d9,scaffold_diagram_templates_dd88e83c,node_agent_mmd_orchestration_layer_orchestration_scaf_12cc07db,node_agent_mmd_memory_vector_layer_memorylayer_scaffo_5fd73b94,node_agent_mmd_orchestration_layer_orchestration_scaf_c9a90c2f,node_agent_mmd_tool_layer_toollayer_scaffold_environm_c1afc013,node_agent_mmd_memory_vector_layer_memorylayer_scaffo_12b42341,scaffold_root_command_templates_404fed7f,scaffold_script_template_registry_69312d4e,scaffold_shell_templates_0ad0f915,scaffold_surfaces_12d6494e,node_agent_mmd_orchestration_layer_orchestration_scaf_ff8f92f6,node_agent_mmd_memory_vector_layer_memorylayer_scaffo_a86eece1,scaffold_workflow_template_92310587,eval_seed_5699fd3e,index_6_fc9e91e2,review_context_1_e3afed15,memory_gate_1_265164ac,branch_enforcer_acb749cd,cli_args_5_09ea29f0,node_agent_mmd_tool_layer_toollayer_cli_cli_2_1_32d9eeaf,node_agent_mmd_memory_vector_layer_memorylayer_cli_cl_1f1f89ab,node_agent_mmd_tool_layer_toollayer_metrics_tracker_m_4c9237d8,node_agent_mmd_memory_vector_layer_memorylayer_metric_12562178,types_15_86775c96,validator_4_5180cf23,node_agent_mmd_orchestration_layer_orchestration_clas_899b821a,node_agent_mmd_memory_vector_layer_memorylayer_classi_1ebbf5ff,node_agent_mmd_orchestration_layer_orchestration_tool_cc43149f,node_agent_mmd_tool_layer_toollayer_tooling_baseline__61e66e9f,node_agent_mmd_memory_vector_layer_memorylayer_toolin_14f86b00,claim_helpers_20dc8387,types_20_071a0112,local_memory_smoke_1175abfc,local_memory_0db17ecc,performance_overload_c685bfcf,node_agent_mmd_orchestration_layer_orchestration_sugg_85c5ebe3,node_agent_mmd_memory_vector_layer_memorylayer_sugges_267f408d,node_agent_mmd_llm_model_layer_llmlayer_prompt_contex_6426acc2,node_agent_mmd_memory_vector_layer_memorylayer_prompt_55c0d605,types_27_4d134744,policy_1_fc4198db,runtime_card_codex_runtime_validation_d8ce9934,cli_11_338a8415,collector_0736fd5b,types_30_424b976c,overload_guard_2748c559 memNode
